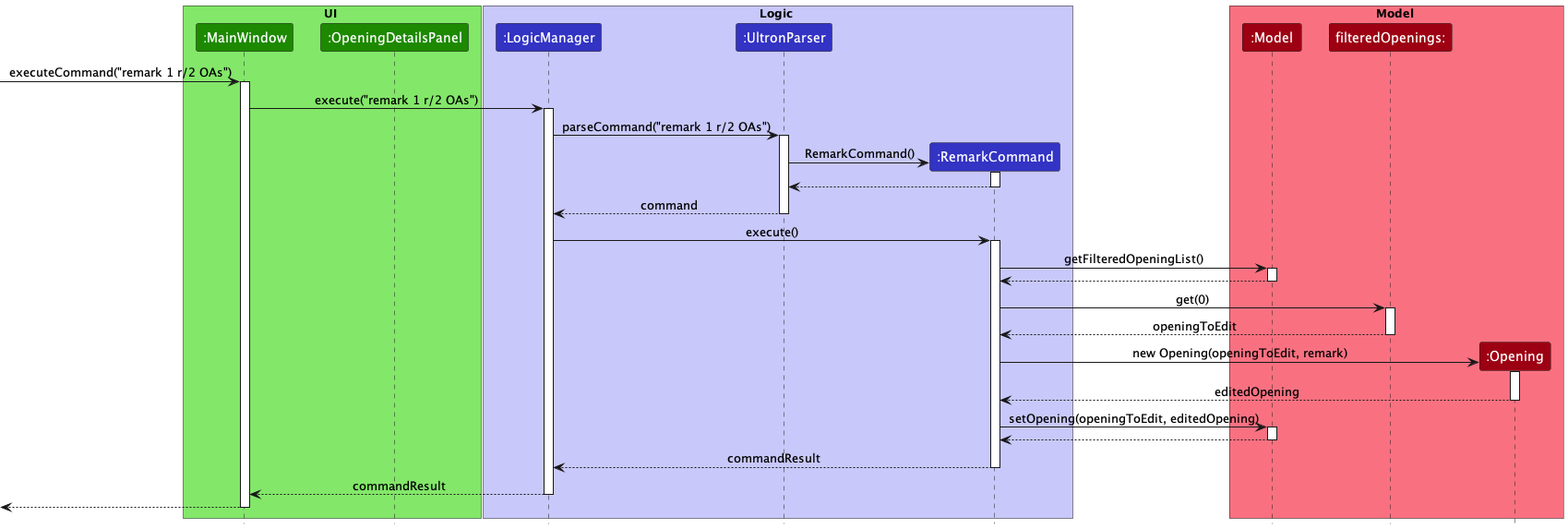
Earlier version of the PlantUML export docs/images/RemarkSequenceDiagram.png (nus-cs2103-AY2223S2/tp). Source of this version:
```plantuml
@startuml
!include style.puml

box UI UI_COLOR_T1
participant ":MainWindow" as MainWindow UI_COLOR
participant ":OpeningDetailsPanel" as OpeningDetailsPanel UI_COLOR
end box

box Logic LOGIC_COLOR_T1
participant ":LogicManager" as LogicManager LOGIC_COLOR
participant ":UltronParser" as UltronParser LOGIC_COLOR
participant ":RemarkCommand" as RemarkCommand LOGIC_COLOR
end box

box Model MODEL_COLOR_T1
participant ":Model" as Model MODEL_COLOR
participant "filteredOpenings:" as ObservableList MODEL_COLOR
participant ":Opening" as Opening MODEL_COLOR
end box

[->MainWindow : executeCommand("remark 1 r/2 OAs")
activate MainWindow

MainWindow -> LogicManager : execute("remark 1 r/2 OAs")
activate LogicManager

LogicManager -> UltronParser : parseCommand("remark 1 r/2 OAs")
activate UltronParser

create RemarkCommand

UltronParser -> RemarkCommand : RemarkCommand()
activate RemarkCommand

RemarkCommand --> UltronParser
deactivate RemarkCommand

UltronParser --> LogicManager : command
deactivate UltronParser

LogicManager -> RemarkCommand : execute()
activate RemarkCommand

RemarkCommand -> Model : getFilteredOpeningList()
activate Model

Model --> RemarkCommand
deactivate Model

RemarkCommand -> ObservableList : get(0)
activate ObservableList

ObservableList --> RemarkCommand : openingToEdit
deactivate ObservableList

create Opening
RemarkCommand -> Opening : new Opening(openingToEdit, remark)
activate Opening

Opening --> RemarkCommand : editedOpening
deactivate Opening

RemarkCommand -> Model : setOpening(openingToEdit, editedOpening)
activate Model

Model --> RemarkCommand
deactivate Model

RemarkCommand --> LogicManager : commandResult
deactivate RemarkCommand

LogicManager --> MainWindow : commandResult
deactivate LogicManager

[<--MainWindow
deactivate MainWindow
@enduml
```
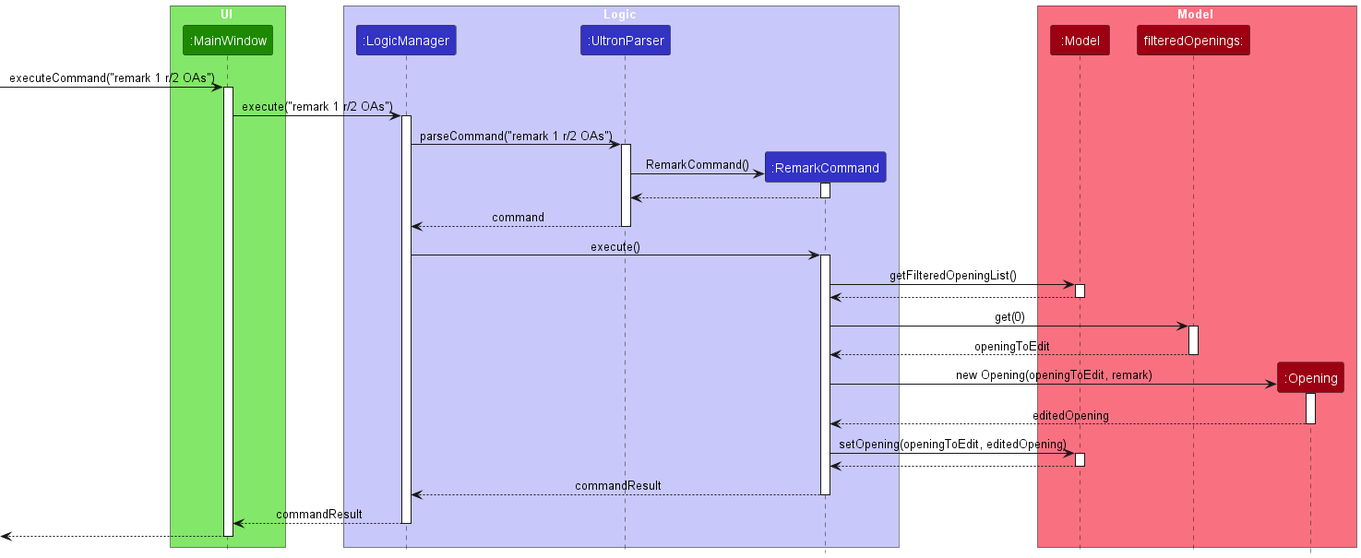
The same diagram one commit later.

Diff of the diagram source:
```diff
@@ -3,7 +3,6 @@
 
 box UI UI_COLOR_T1
 participant ":MainWindow" as MainWindow UI_COLOR
-participant ":OpeningDetailsPanel" as OpeningDetailsPanel UI_COLOR
 end box
 
 box Logic LOGIC_COLOR_T1
```
